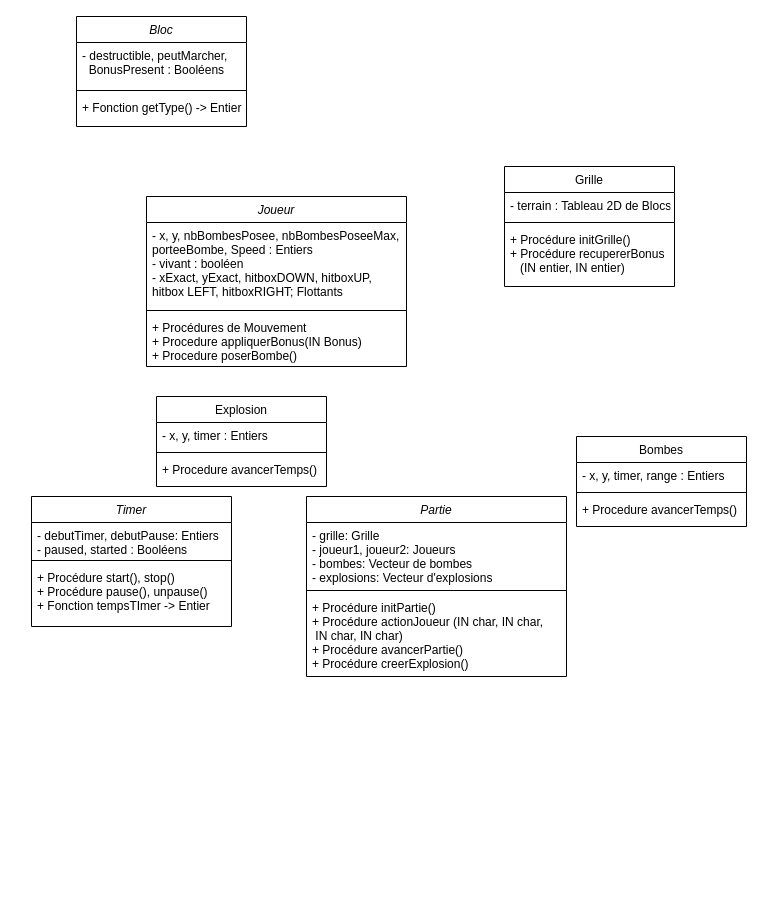
Above: Untitled Diagram.drawio in rayylb/rrjboom (draw.io), before the change. Source tidied: cells renumbered, new cells numbered last; positions are measured from the earlier drawing's top-left corner, leaving out a move shared by most shapes. Both pictures are drawn from the tidied source at 100%, with x=0, y=0 at pixel (31, 16).
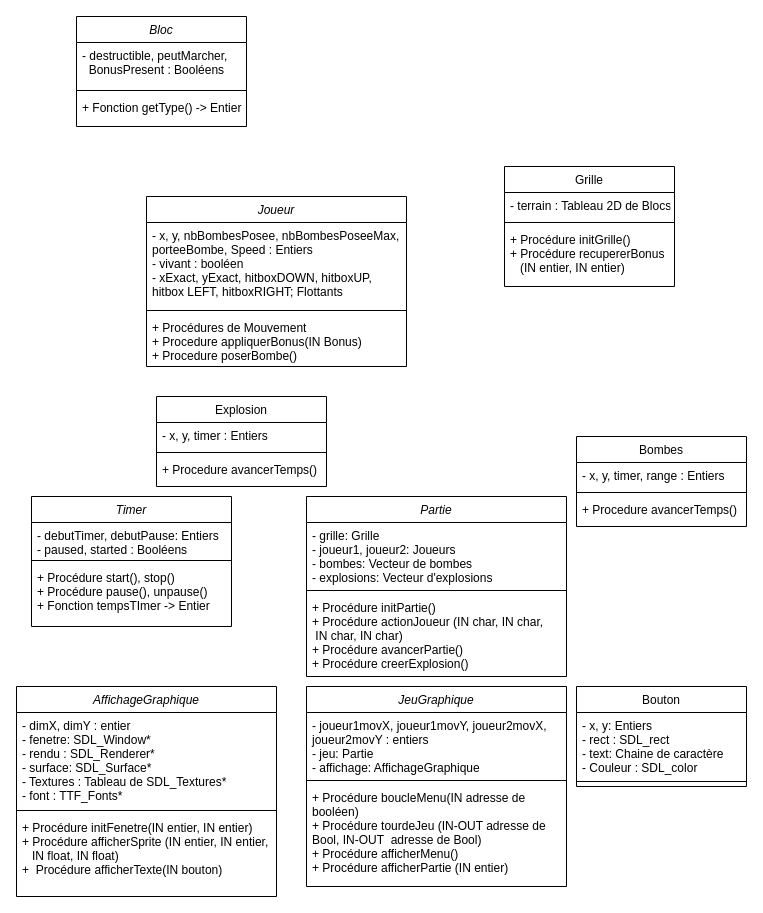
The same diagram, later.

Diff of the diagram source:
```diff
@@
+    <mxCell id="30" value="AffichageGraphique" style="swimlane;fontStyle=2;align=center;verticalAlign=top;horizontal=1;startSize=26;rounded=0;shadow=0;strokeWidth=1;" parent="1" vertex="1">
+      <mxGeometry x="-15" y="670" width="260" height="210" as="geometry" />
+    </mxCell>
+    <mxCell id="31" value="- dimX, dimY : entier&#10;- fenetre: SDL_Window*&#10;- rendu : SDL_Renderer*&#10;- surface: SDL_Surface*&#10;- Textures : Tableau de SDL_Textures*&#10;- font : TTF_Fonts*" style="text;align=left;verticalAlign=top;spacingLeft=4;spacingRight=4;overflow=hidden;" parent="30" vertex="1">
+      <mxGeometry y="26" width="260" height="94" as="geometry" />
+    </mxCell>
+    <mxCell id="32" style="line;html=1;strokeWidth=1;align=left;verticalAlign=middle;spacingTop=-1;spacingLeft=3;spacingRight=3;labelPosition=right;" parent="30" vertex="1">
+      <mxGeometry y="120" width="260" height="8" as="geometry" />
+    </mxCell>
+    <mxCell id="33" value="+ Procédure initFenetre(IN entier, IN entier)&#10;+ Procédure afficherSprite (IN entier, IN entier, &#10;   IN float, IN float)&#10;+  Procédure afficherTexte(IN bouton)&#10;" style="text;align=left;verticalAlign=top;spacingLeft=4;spacingRight=4;overflow=hidden;" parent="30" vertex="1">
+      <mxGeometry y="128" width="260" height="82" as="geometry" />
+    </mxCell>
+    <mxCell id="34" value="Bouton" style="swimlane;fontStyle=0;align=center;verticalAlign=top;horizontal=1;startSize=26;rounded=0;shadow=0;strokeWidth=1;" parent="1" vertex="1">
+      <mxGeometry x="545" y="670" width="170" height="100" as="geometry" />
+    </mxCell>
+    <mxCell id="35" value="- x, y: Entiers&#10;- rect : SDL_rect&#10;- text: Chaine de caractère&#10;- Couleur : SDL_color&#10;&#10;" style="text;align=left;verticalAlign=top;spacingLeft=4;spacingRight=4;overflow=hidden;" parent="34" vertex="1">
+      <mxGeometry y="26" width="170" height="64" as="geometry" />
+    </mxCell>
+    <mxCell id="36" style="line;html=1;strokeWidth=1;align=left;verticalAlign=middle;spacingTop=-1;spacingLeft=3;spacingRight=3;labelPosition=right;" parent="34" vertex="1">
+      <mxGeometry y="90" width="170" height="10" as="geometry" />
+    </mxCell>
+    <mxCell id="37" value="JeuGraphique" style="swimlane;fontStyle=2;align=center;verticalAlign=top;horizontal=1;startSize=26;rounded=0;shadow=0;strokeWidth=1;" parent="1" vertex="1">
+      <mxGeometry x="275" y="670" width="260" height="200" as="geometry" />
+    </mxCell>
+    <mxCell id="38" value="- joueur1movX, joueur1movY, joueur2movX,&#10;joueur2movY : entiers&#10;- jeu: Partie&#10;- affichage: AffichageGraphique&#10;" style="text;align=left;verticalAlign=top;spacingLeft=4;spacingRight=4;overflow=hidden;" parent="37" vertex="1">
+      <mxGeometry y="26" width="260" height="64" as="geometry" />
+    </mxCell>
+    <mxCell id="39" style="line;html=1;strokeWidth=1;align=left;verticalAlign=middle;spacingTop=-1;spacingLeft=3;spacingRight=3;labelPosition=right;" parent="37" vertex="1">
+      <mxGeometry y="90" width="260" height="8" as="geometry" />
+    </mxCell>
+    <mxCell id="40" value="+ Procédure boucleMenu(IN adresse de &#10;booléen)&#10;+ Procédure tourdeJeu (IN-OUT adresse de &#10;Bool, IN-OUT  adresse de Bool)&#10;+ Procédure afficherMenu()&#10;+ Procédure afficherPartie (IN entier)&#10;&#10;" style="text;align=left;verticalAlign=top;spacingLeft=4;spacingRight=4;overflow=hidden;" parent="37" vertex="1">
+      <mxGeometry y="98" width="260" height="92" as="geometry" />
+    </mxCell>
```
